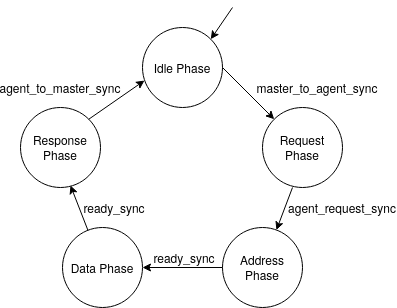
The draw.io diagram figs/ESL/mAgent_ESL.png in Ovsthus/hovsthus_thesis, before a commit. Source tidied: cells renumbered, new cells last; positions are measured from the earlier drawing's top-left corner, leaving out a move shared by most shapes.
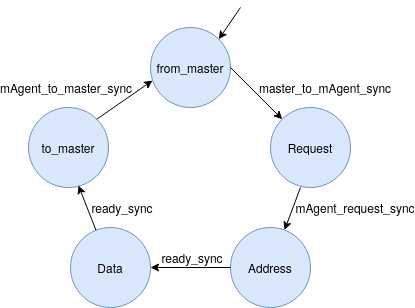
The same file after the commit.

What changed in the source:
```diff
@@ -2,19 +2,19 @@
   <root>
     <mxCell id="0" />
     <mxCell id="1" parent="0" />
-    <mxCell id="2" value="Idle Phase" style="ellipse;whiteSpace=wrap;html=1;" parent="1" vertex="1">
+    <mxCell id="2" value="from_master" style="ellipse;whiteSpace=wrap;html=1;fillColor=#dae8fc;strokeColor=#6c8ebf;" parent="1" vertex="1">
       <mxGeometry x="122" y="20" width="80" height="80" as="geometry" />
     </mxCell>
-    <mxCell id="3" value="Request Phase" style="ellipse;whiteSpace=wrap;html=1;" parent="1" vertex="1">
+    <mxCell id="3" value="Request" style="ellipse;whiteSpace=wrap;html=1;fillColor=#dae8fc;strokeColor=#6c8ebf;" parent="1" vertex="1">
       <mxGeometry x="242" y="100" width="80" height="80" as="geometry" />
     </mxCell>
-    <mxCell id="4" value="&lt;div&gt;Address Phase&lt;br&gt;&lt;/div&gt;" style="ellipse;whiteSpace=wrap;html=1;" parent="1" vertex="1">
+    <mxCell id="4" value="&lt;div&gt;Address &lt;br&gt;&lt;/div&gt;" style="ellipse;whiteSpace=wrap;html=1;fillColor=#dae8fc;strokeColor=#6c8ebf;" parent="1" vertex="1">
       <mxGeometry x="202" y="220" width="80" height="80" as="geometry" />
     </mxCell>
-    <mxCell id="5" value="Data Phase" style="ellipse;whiteSpace=wrap;html=1;" parent="1" vertex="1">
+    <mxCell id="5" value="Data " style="ellipse;whiteSpace=wrap;html=1;fillColor=#dae8fc;strokeColor=#6c8ebf;" parent="1" vertex="1">
       <mxGeometry x="42" y="220" width="80" height="80" as="geometry" />
     </mxCell>
-    <mxCell id="6" value="&lt;div&gt;Response&lt;/div&gt;&lt;div&gt;Phase&lt;br&gt;&lt;/div&gt;" style="ellipse;whiteSpace=wrap;html=1;" parent="1" vertex="1">
+    <mxCell id="6" value="to_master" style="ellipse;whiteSpace=wrap;html=1;fillColor=#dae8fc;strokeColor=#6c8ebf;" parent="1" vertex="1">
       <mxGeometry y="100" width="80" height="80" as="geometry" />
     </mxCell>
     <mxCell id="7" style="endArrow=classic;html=1;exitX=1;exitY=0.5;exitDx=0;exitDy=0;entryX=0;entryY=0;entryDx=0;entryDy=0;" parent="1" edge="1" source="2" target="3">
@@ -32,11 +32,11 @@
     <mxCell id="11" style="endArrow=classic;html=1;exitX=1;exitY=0;exitDx=0;exitDy=0;entryX=0.025;entryY=0.663;entryDx=0;entryDy=0;entryPerimeter=0;" parent="1" edge="1" source="6" target="2">
       <mxGeometry relative="1" as="geometry" />
     </mxCell>
-    <mxCell id="12" value="master_to_agent_sync" style="text;html=1;strokeColor=none;fillColor=none;align=center;verticalAlign=middle;whiteSpace=wrap;rounded=0;" parent="1" vertex="1">
+    <mxCell id="12" value="master_to_mAgent_sync" style="text;html=1;strokeColor=none;fillColor=none;align=center;verticalAlign=middle;whiteSpace=wrap;rounded=0;" parent="1" vertex="1">
       <mxGeometry x="242" y="70" width="110" height="20" as="geometry" />
     </mxCell>
-    <mxCell id="13" value="agent_request_sync" style="text;html=1;strokeColor=none;fillColor=none;align=center;verticalAlign=middle;whiteSpace=wrap;rounded=0;" parent="1" vertex="1">
-      <mxGeometry x="277" y="190" width="90" height="20" as="geometry" />
+    <mxCell id="13" value="mAgent_request_sync" style="text;html=1;strokeColor=none;fillColor=none;align=center;verticalAlign=middle;whiteSpace=wrap;rounded=0;" parent="1" vertex="1">
+      <mxGeometry x="282" y="190" width="90" height="20" as="geometry" />
     </mxCell>
     <mxCell id="14" value="ready_sync" style="text;html=1;strokeColor=none;fillColor=none;align=center;verticalAlign=middle;whiteSpace=wrap;rounded=0;" parent="1" vertex="1">
       <mxGeometry x="144" y="240" width="40" height="20" as="geometry" />
@@ -44,8 +44,8 @@
     <mxCell id="15" value="ready_sync" style="text;html=1;strokeColor=none;fillColor=none;align=center;verticalAlign=middle;whiteSpace=wrap;rounded=0;" parent="1" vertex="1">
       <mxGeometry x="72" y="190" width="44" height="20" as="geometry" />
     </mxCell>
-    <mxCell id="16" value="agent_to_master_sync" style="text;html=1;strokeColor=none;fillColor=none;align=center;verticalAlign=middle;whiteSpace=wrap;rounded=0;" parent="1" vertex="1">
-      <mxGeometry x="12" y="70" width="56" height="20" as="geometry" />
+    <mxCell id="16" value="mAgent_to_master_sync" style="text;html=1;strokeColor=none;fillColor=none;align=center;verticalAlign=middle;whiteSpace=wrap;rounded=0;" parent="1" vertex="1">
+      <mxGeometry x="10" y="70" width="56" height="20" as="geometry" />
     </mxCell>
     <mxCell id="17" style="endArrow=classic;html=1;entryX=1;entryY=0;entryDx=0;entryDy=0;" parent="1" edge="1" target="2">
       <mxGeometry relative="1" as="geometry">
```
